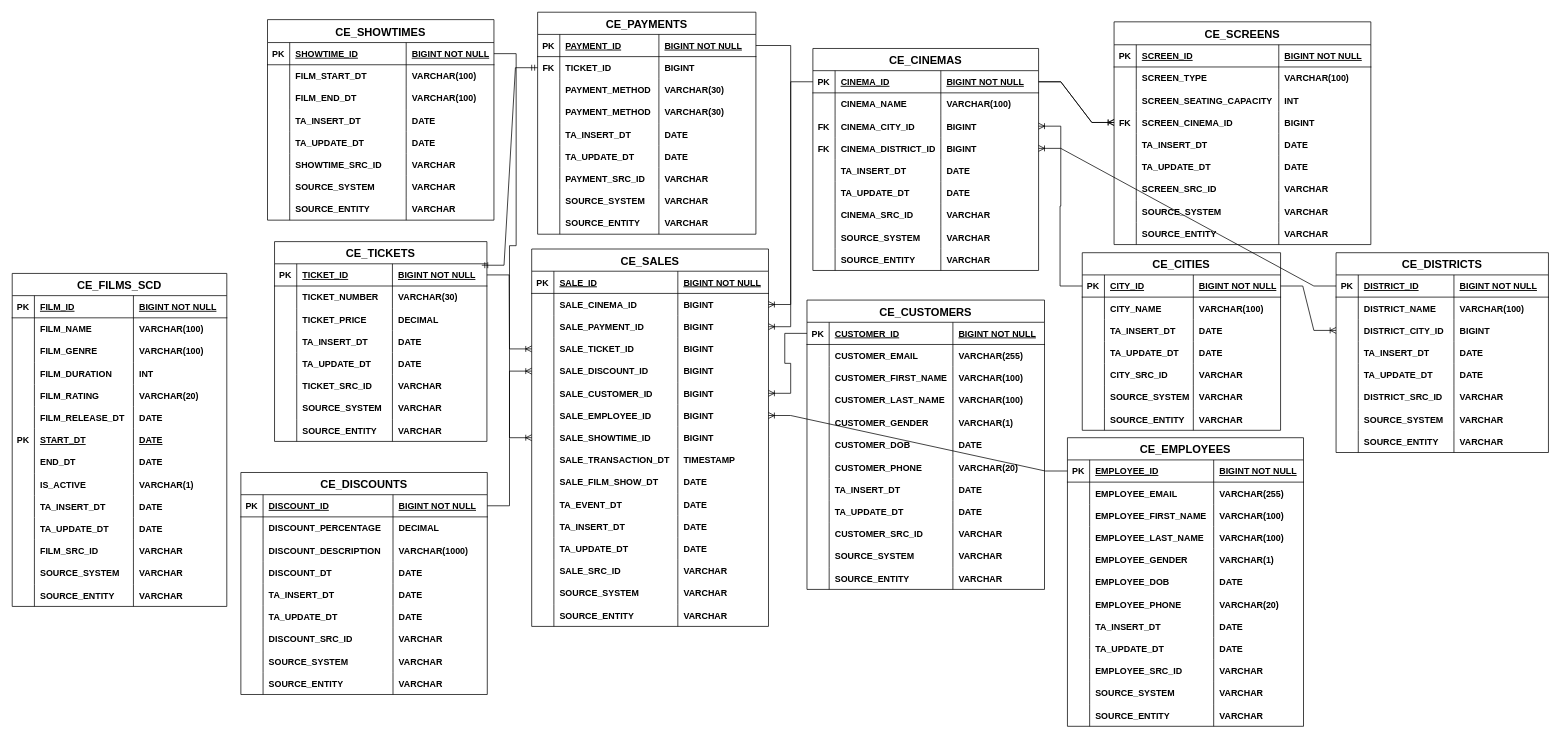
Earlier version of the draw.io diagram ticket_sales_3NF.drawio (GiorgiEz/DB-modeling). Source tidied: cells renumbered, new cells numbered last; positions are measured from the earlier drawing's top-left corner, leaving out a move shared by most shapes. Both pictures are drawn from the tidied source at 74%, with x=0, y=0 at pixel (12, 12).
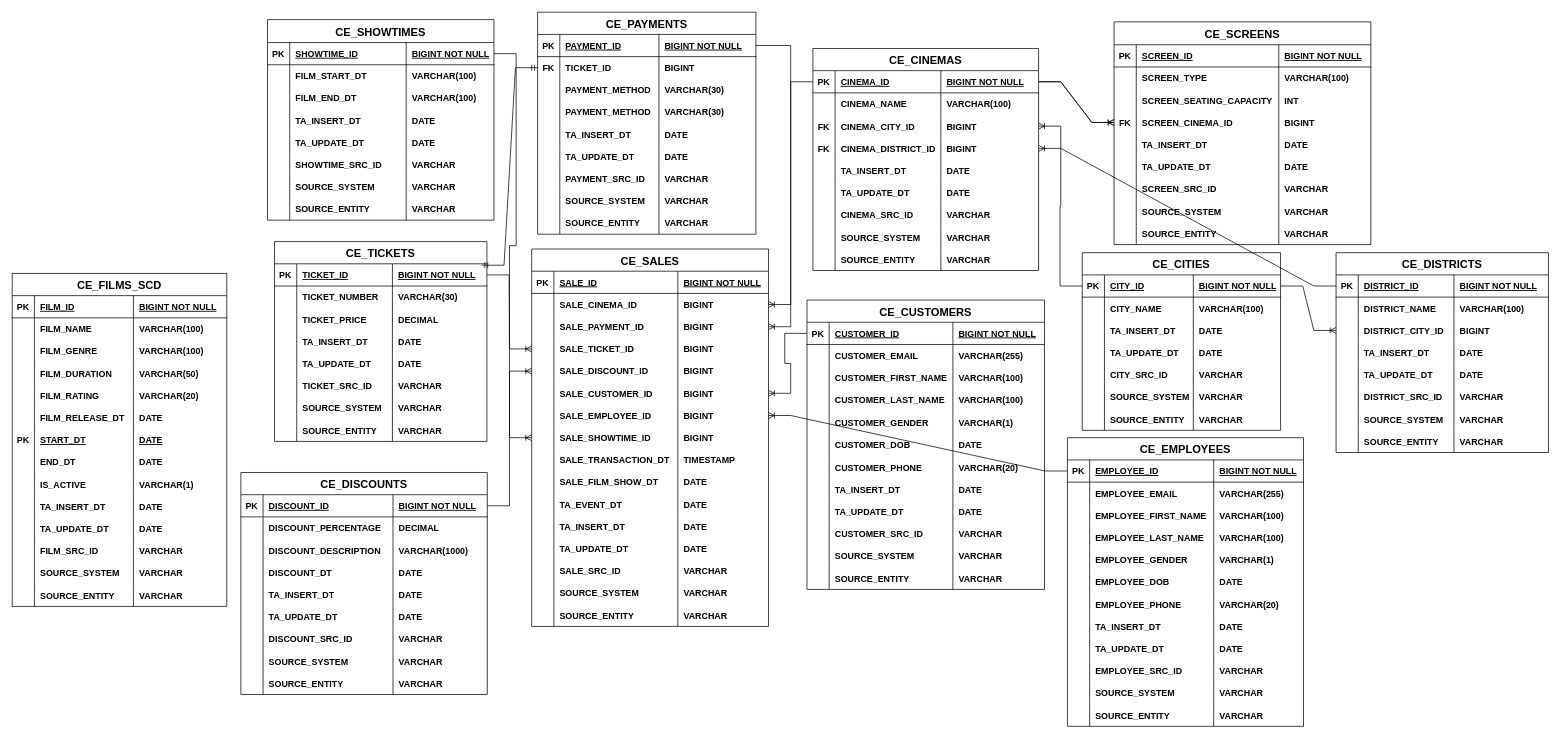
Above is the later version.

Unchanged cells that the change refers to:
```xml
<mxCell id="15" style="shape=partialRectangle;fillColor=none;top=0;left=0;right=0;bottom=0;" parent="2" vertex="1">
  <mxGeometry y="120" width="290" height="30" as="geometry" />
</mxCell>
```

Change to the diagram source:
```diff
@@
-    <mxCell id="18" value="INT" style="shape=partialRectangle;overflow=hidden;fillColor=none;top=0;left=0;bottom=0;right=0;align=left;spacingLeft=6;fontStyle=1;" parent="15" vertex="1">
+    <mxCell id="18" value="VARCHAR(50)" style="shape=partialRectangle;overflow=hidden;fillColor=none;top=0;left=0;bottom=0;right=0;align=left;spacingLeft=6;fontStyle=1;" parent="15" vertex="1">
       <mxGeometry x="163.8" width="126.2" height="30" as="geometry" />
     </mxCell>
```
